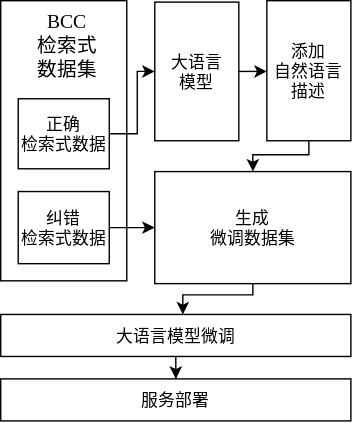
This is doc/bcc-nlq.drawio.svg from paineliu/bcc_nlq, a draw.io export, as it was before one commit. Source tidied: cells renumbered, new cells last; positions are measured from the earlier drawing's top-left corner, leaving out a move shared by most shapes.
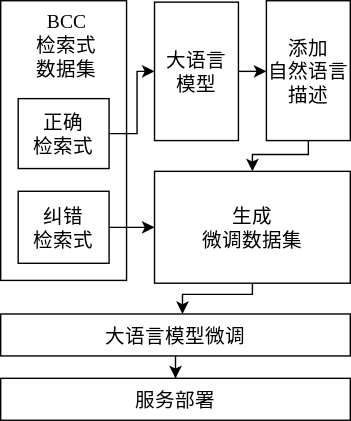
The same file after the commit.

What changed in the source:
```diff
@@ -8,25 +8,25 @@
     <mxCell id="3" value="BCC&#10;检索式&#10;数据集" style="rounded=0;fontSize=14;strokeColor=none;fontFamily=SimSun;" parent="1" vertex="1">
       <mxGeometry x="17.5" y="11" width="60" height="40" as="geometry" />
     </mxCell>
-    <mxCell id="4" style="edgeStyle=orthogonalEdgeStyle;rounded=0;jettySize=auto;html=1;fontFamily=SimSun;" parent="1" edge="1" source="5" target="9">
+    <mxCell id="4" style="edgeStyle=orthogonalEdgeStyle;rounded=0;jettySize=auto;html=1;fontFamily=SimSun;fontSize=14;" parent="1" edge="1" source="5" target="9">
       <mxGeometry relative="1" as="geometry" />
     </mxCell>
-    <mxCell id="5" value="正确&#10;检索式数据" style="rounded=0;fontFamily=SimSun;" parent="1" vertex="1">
+    <mxCell id="5" value="正确&#10;检索式" style="rounded=0;fontFamily=SimSun;fontSize=14;" parent="1" vertex="1">
       <mxGeometry x="12.5" y="70" width="65" height="50" as="geometry" />
     </mxCell>
-    <mxCell id="6" style="edgeStyle=orthogonalEdgeStyle;rounded=0;jettySize=auto;html=1;fontFamily=SimSun;" parent="1" edge="1" source="7" target="13">
+    <mxCell id="6" style="edgeStyle=orthogonalEdgeStyle;rounded=0;jettySize=auto;html=1;fontFamily=SimSun;fontSize=14;" parent="1" edge="1" source="7" target="13">
       <mxGeometry relative="1" as="geometry" />
     </mxCell>
-    <mxCell id="7" value="纠错&#10;检索式数据" style="rounded=0;fontFamily=SimSun;" parent="1" vertex="1">
+    <mxCell id="7" value="纠错&#10;检索式" style="rounded=0;fontFamily=SimSun;fontSize=14;" parent="1" vertex="1">
       <mxGeometry x="12.5" y="136.2" width="65" height="51.5" as="geometry" />
     </mxCell>
-    <mxCell id="8" style="edgeStyle=orthogonalEdgeStyle;rounded=0;jettySize=auto;html=1;fontFamily=SimSun;" parent="1" edge="1" source="9" target="11">
+    <mxCell id="8" style="edgeStyle=orthogonalEdgeStyle;rounded=0;jettySize=auto;html=1;fontFamily=SimSun;fontSize=14;" parent="1" edge="1" source="9" target="11">
       <mxGeometry relative="1" as="geometry" />
     </mxCell>
-    <mxCell id="9" value="大语言&#10;模型" style="rounded=0;fontFamily=SimSun;" parent="1" vertex="1">
+    <mxCell id="9" value="大语言&#10;模型" style="rounded=0;fontFamily=SimSun;fontSize=14;" parent="1" vertex="1">
       <mxGeometry x="110" y="1" width="60" height="99" as="geometry" />
     </mxCell>
-    <mxCell id="10" style="edgeStyle=orthogonalEdgeStyle;rounded=0;jettySize=auto;html=1;fontFamily=SimSun;" parent="1" edge="1" source="11" target="13">
+    <mxCell id="10" style="edgeStyle=orthogonalEdgeStyle;rounded=0;jettySize=auto;html=1;fontFamily=SimSun;fontSize=14;" parent="1" edge="1" source="11" target="13">
       <mxGeometry relative="1" as="geometry">
         <Array as="points">
           <mxPoint x="220" y="110" />
@@ -34,10 +34,10 @@
         </Array>
       </mxGeometry>
     </mxCell>
-    <mxCell id="11" value="添加&#10;自然语言&#10;描述" style="rounded=0;fontFamily=SimSun;" parent="1" vertex="1">
+    <mxCell id="11" value="添加&#10;自然语言&#10;描述" style="rounded=0;fontFamily=SimSun;fontSize=14;" parent="1" vertex="1">
       <mxGeometry x="190" width="60" height="100" as="geometry" />
     </mxCell>
-    <mxCell id="12" style="edgeStyle=orthogonalEdgeStyle;rounded=0;jettySize=auto;html=1;fontFamily=SimSun;" parent="1" edge="1" source="13" target="15">
+    <mxCell id="12" style="edgeStyle=orthogonalEdgeStyle;rounded=0;jettySize=auto;html=1;fontFamily=SimSun;fontSize=14;" parent="1" edge="1" source="13" target="15">
       <mxGeometry relative="1" as="geometry">
         <Array as="points">
           <mxPoint x="180" y="210" />
@@ -45,16 +45,16 @@
         </Array>
       </mxGeometry>
     </mxCell>
-    <mxCell id="13" value="生成&#10;微调数据集" style="rounded=0;fontFamily=SimSun;" parent="1" vertex="1">
+    <mxCell id="13" value="生成&#10;微调数据集" style="rounded=0;fontFamily=SimSun;fontSize=14;" parent="1" vertex="1">
       <mxGeometry x="110" y="122" width="140" height="80" as="geometry" />
     </mxCell>
-    <mxCell id="14" style="edgeStyle=orthogonalEdgeStyle;rounded=0;jettySize=auto;html=1;fontFamily=SimSun;" parent="1" edge="1" source="15" target="16">
+    <mxCell id="14" style="edgeStyle=orthogonalEdgeStyle;rounded=0;jettySize=auto;html=1;fontFamily=SimSun;fontSize=14;" parent="1" edge="1" source="15" target="16">
       <mxGeometry relative="1" as="geometry" />
     </mxCell>
-    <mxCell id="15" value="大语言模型微调" style="rounded=0;fontFamily=SimSun;" parent="1" vertex="1">
+    <mxCell id="15" value="大语言模型微调" style="rounded=0;fontFamily=SimSun;fontSize=14;" parent="1" vertex="1">
       <mxGeometry y="224" width="250" height="30" as="geometry" />
     </mxCell>
-    <mxCell id="16" value="服务部署" style="rounded=0;fontFamily=SimSun;" parent="1" vertex="1">
+    <mxCell id="16" value="服务部署" style="rounded=0;fontFamily=SimSun;fontSize=14;" parent="1" vertex="1">
       <mxGeometry y="270" width="250" height="30" as="geometry" />
     </mxCell>
   </root>
```
